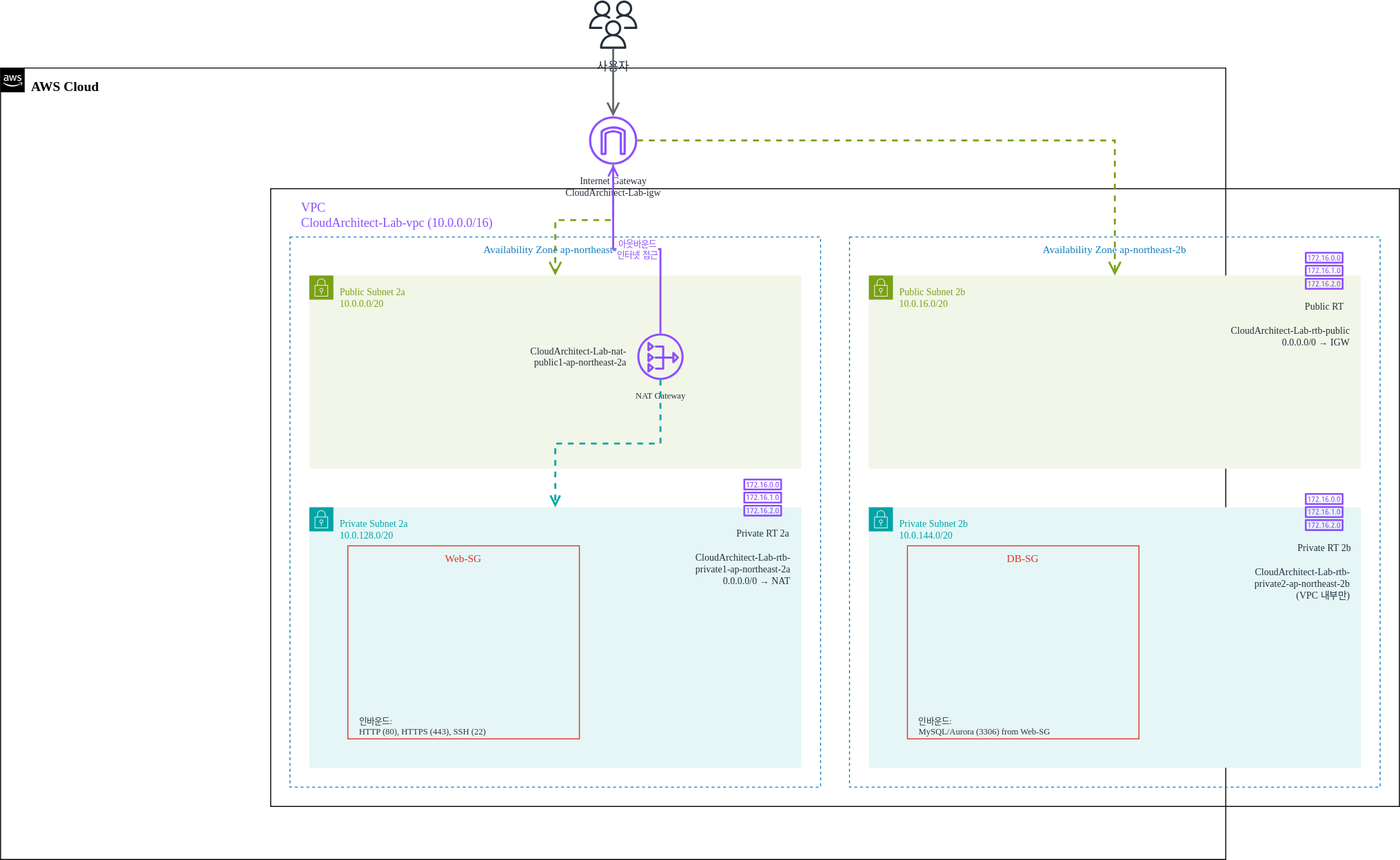
Before: public/images/week3/3-2-architecture-diagram.svg, a diagram exported from draw.io (yh00615/cloud_architecture). Source tidied: cells renumbered, new cells last; positions are measured from the earlier drawing's top-left corner, leaving out a move shared by most shapes.
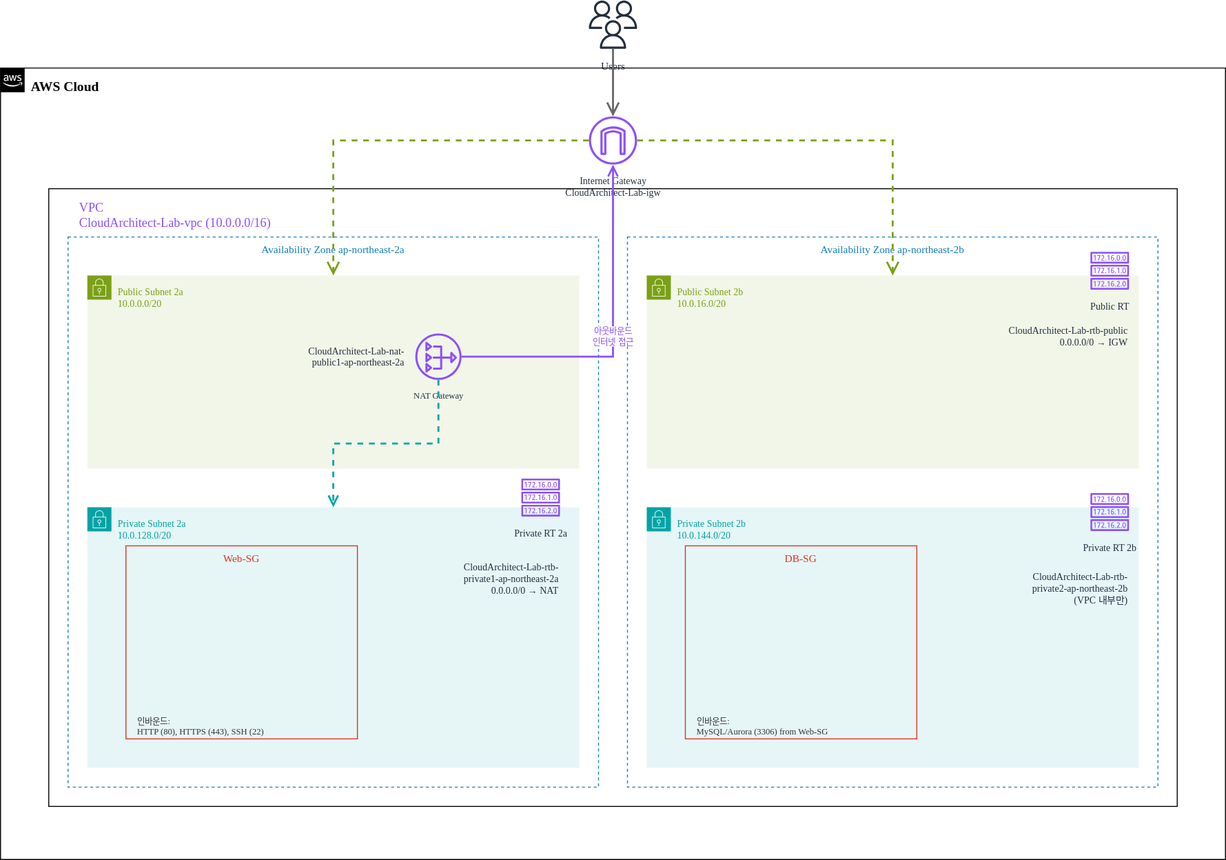
The same diagram one commit later.

What changed in the source:
```diff
@@ -2,7 +2,7 @@
   <root>
     <mxCell id="0" />
     <mxCell id="1" parent="0" />
-    <mxCell id="2" value="사용자" style="sketch=0;outlineConnect=0;fontColor=#232F3E;gradientColor=none;fillColor=#232F3D;strokeColor=none;dashed=0;verticalLabelPosition=bottom;spacingTop=5;verticalAlign=top;align=center;html=1;fontSize=12;fontStyle=0;shape=mxgraph.aws4.users;fontFamily=Verdana;" parent="1" vertex="1">
+    <mxCell id="2" value="Users" style="sketch=0;outlineConnect=0;fontColor=#232F3E;gradientColor=none;fillColor=#232F3D;strokeColor=none;dashed=0;verticalLabelPosition=bottom;spacingTop=5;verticalAlign=top;align=center;html=1;fontSize=11;fontStyle=0;shape=mxgraph.aws4.users;fontFamily=Verdana;" parent="1" vertex="1">
       <mxGeometry x="610" width="50" height="50" as="geometry" />
     </mxCell>
     <mxCell id="3" value="AWS Cloud" style="gradientColor=none;html=1;whiteSpace=wrap;fontSize=14;fontStyle=1;shape=mxgraph.aws4.group;grIcon=mxgraph.aws4.group_aws_cloud_alt;stroke=#232F3E;fillColor=none;verticalAlign=top;align=left;spacingLeft=30;spacingTop=5;dashed=0;fontFamily=Verdana;" parent="1" vertex="1">
@@ -12,7 +12,7 @@
       <mxGeometry x="610" y="120" width="50" height="50" as="geometry" />
     </mxCell>
     <mxCell id="5" value="VPC&#10;CloudArchitect-Lab-vpc (10.0.0.0/16)" style="gradientColor=none;html=1;whiteSpace=wrap;fontSize=13;fontStyle=0;recursiveRehape=mxgraph.aws4.group;grIcon=mxgraph.aws4.group_vpc2;stroke=#8C4FFF;fillColor=none;verticalAlign=top;align=left;spacingLeft=30;spacingTop=5;fontColor=#8C4FFF;dashed=0;fontFamily=Verdana;" parent="1" vertex="1">
-      <mxGeometry x="280" y="195" width="1170" height="640" as="geometry" />
+      <mxGeometry x="50" y="195" width="1170" height="640" as="geometry" />
     </mxCell>
     <mxCell id="6" value="Availability Zone ap-northeast-2a" style="fillColor=none;strokeColor=#147EBA;dashed=1;verticalAlign=top;fontStyle=0;fontColor=#147EBA;whiteSpace=wrap;html=1;fontSize=11;fontFamily=Verdana;" parent="5" vertex="1">
       <mxGeometry x="20" y="50" width="550" height="570" as="geometry" />
@@ -51,7 +51,7 @@
       <mxGeometry x="670" y="540" width="200" height="30" as="geometry" />
     </mxCell>
     <mxCell id="18" value="Public RT" style="sketch=0;fontColor=#232F3E;gradientColor=none;fillColor=#8C4FFF;strokeColor=none;dashed=0;verticalLabelPosition=bottom;spacingTop=5;verticalAlign=top;align=center;html=1;fontSize=10;fontStyle=0;shape=mxgraph.aws4.route_table;fontFamily=Verdana;" parent="5" vertex="1">
-      <mxGeometry x="1072" y="65" width="40" height="40" as="geometry" />
+      <mxGeometry x="1080" y="65" width="40" height="40" as="geometry" />
     </mxCell>
     <mxCell id="19" value="CloudArchitect-Lab-rtb-public&#10;0.0.0.0/0 → IGW" style="text;html=1;align=right;verticalAlign=top;strokeColor=none;fillColor=none;fontSize=10;fontColor=#232F3E;fontFamily=Verdana;" parent="5" vertex="1">
       <mxGeometry x="950" y="135" width="170" height="40" as="geometry" />
@@ -60,13 +60,13 @@
       <mxGeometry x="490" y="300" width="40" height="40" as="geometry" />
     </mxCell>
     <mxCell id="21" value="CloudArchitect-Lab-rtb-&#10;private1-ap-northeast-2a&#10;0.0.0.0/0 → NAT" style="text;html=1;align=right;verticalAlign=top;strokeColor=none;fillColor=none;fontSize=10;fontColor=#232F3E;fontFamily=Verdana;" parent="5" vertex="1">
-      <mxGeometry x="390" y="370" width="150" height="50" as="geometry" />
+      <mxGeometry x="380" y="380" width="150" height="50" as="geometry" />
     </mxCell>
     <mxCell id="22" value="Private RT 2b" style="sketch=0;fontColor=#232F3E;gradientColor=none;fillColor=#8C4FFF;strokeColor=none;dashed=0;verticalLabelPosition=bottom;spacingTop=5;verticalAlign=top;align=center;html=1;fontSize=10;fontStyle=0;shape=mxgraph.aws4.route_table;fontFamily=Verdana;" parent="5" vertex="1">
-      <mxGeometry x="1072" y="315" width="40" height="40" as="geometry" />
+      <mxGeometry x="1080" y="315" width="40" height="40" as="geometry" />
     </mxCell>
     <mxCell id="23" value="CloudArchitect-Lab-rtb-&#10;private2-ap-northeast-2b&#10;(VPC 내부만)" style="text;html=1;align=right;verticalAlign=top;strokeColor=none;fillColor=none;fontSize=10;fontColor=#232F3E;fontFamily=Verdana;" parent="5" vertex="1">
-      <mxGeometry x="970" y="385" width="150" height="50" as="geometry" />
+      <mxGeometry x="970" y="390" width="150" height="50" as="geometry" />
     </mxCell>
     <mxCell id="24" style="edgeStyle=orthogonalEdgeStyle;html=1;endArrow=open;endFill=0;endSize=10;strokeColor=#666666;strokeWidth=2;rounded=0;" parent="1" edge="1" source="2" target="4">
       <mxGeometry relative="1" as="geometry" />
```
